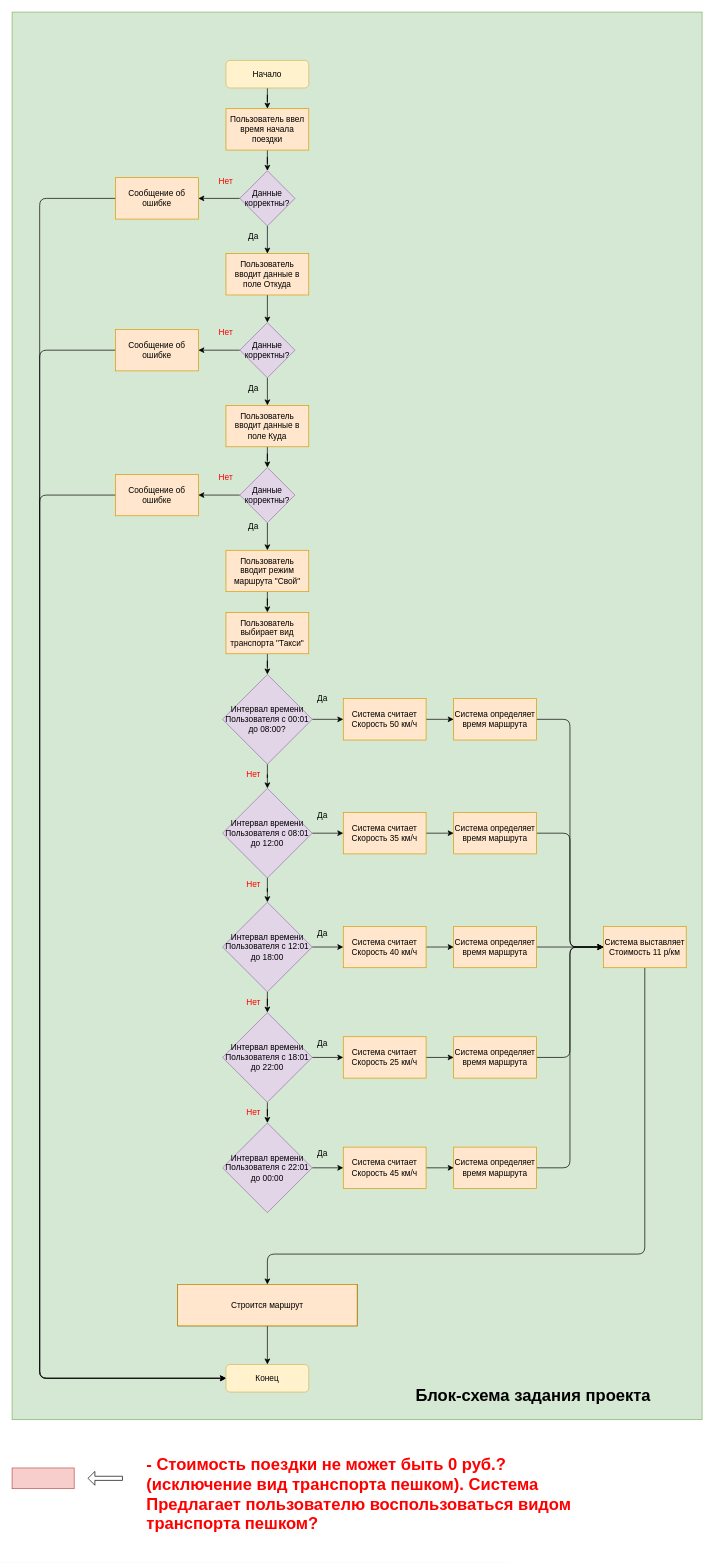
Earlier version of the draw.io diagram Копия ЯндексМаршруты блок-схема.drawio (ru1svasin/ru1svasin). Source tidied: cells renumbered, new cells numbered last; positions are measured from the earlier drawing's top-left corner, leaving out a move shared by most shapes. Both pictures are drawn from the tidied source at 69%, with x=0, y=0 at pixel (12, 12).
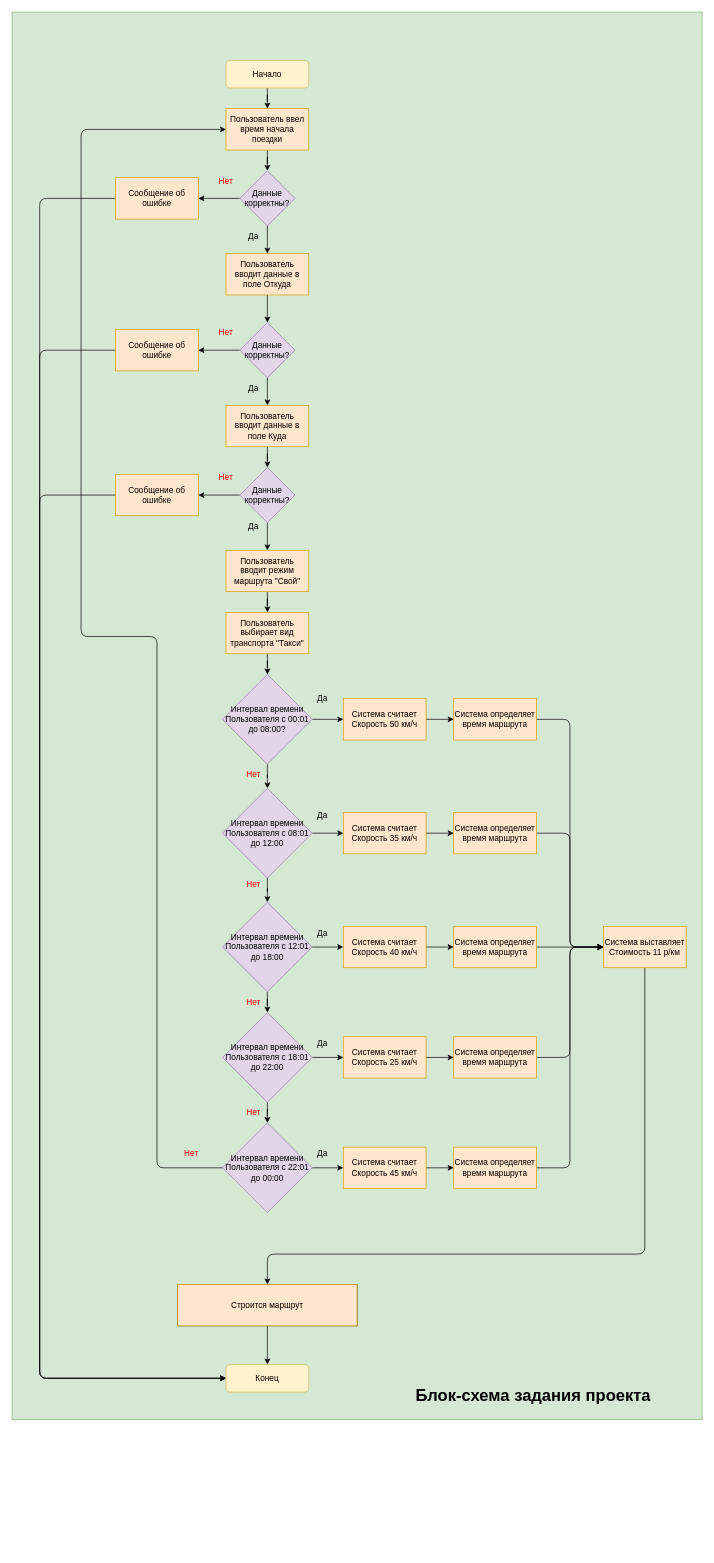
Above is the later version.

Unchanged cells that the change refers to:
```xml
<mxCell id="15" value="Пользователь ввел время начала поездки" style="whiteSpace=wrap;html=1;rounded=0;glass=0;strokeWidth=1;shadow=0;fillColor=#ffe6cc;strokeColor=#d79b00;" parent="1" vertex="1">
  <mxGeometry x="310" y="140" width="120" height="60" as="geometry" />
</mxCell>
<mxCell id="78" value="Интервал времени Пользователя с 22:01 до 00:00" style="rhombus;whiteSpace=wrap;html=1;rounded=0;glass=0;strokeWidth=1;shadow=0;fillColor=#e1d5e7;strokeColor=#9673a6;" parent="1" vertex="1">
  <mxGeometry x="305" y="1610" width="130" height="130" as="geometry" />
</mxCell>
```

Change to the diagram source:
```diff
@@
-    <mxCell id="60" style="rounded=0;whiteSpace=wrap;html=1;fillColor=#f8cecc;strokeColor=#b85450;" parent="1" vertex="1">
-      <mxGeometry y="2110" width="90" height="30" as="geometry" />
-    </mxCell>
-    <mxCell id="61" style="shape=singleArrow;direction=west;whiteSpace=wrap;html=1;" parent="1" vertex="1">
-      <mxGeometry x="110" y="2115" width="50" height="20" as="geometry" />
-    </mxCell>
-    <mxCell id="62" value="&lt;h1 style=&quot;font-size: 24px;&quot;&gt;&lt;br&gt;&lt;/h1&gt;&lt;div style=&quot;font-size: 24px;&quot;&gt;- Стоимость поездки не может быть 0 руб.? (исключение вид транспорта пешком). Система Предлагает пользователю воспользоваться видом транспорта пешком?&lt;/div&gt;&lt;div style=&quot;font-size: 24px;&quot;&gt;&lt;br style=&quot;font-size: 24px;&quot;&gt;&lt;/div&gt;" style="text;html=1;strokeColor=none;fillColor=none;spacing=5;spacingTop=-20;whiteSpace=wrap;overflow=hidden;rounded=0;fontSize=24;fontColor=#FF0000;fontStyle=1;" parent="1" vertex="1">
-      <mxGeometry x="190" y="2040" width="635" height="190" as="geometry" />
-    </mxCell>
@@
+    <mxCell id="89" style="edgeStyle=orthogonalEdgeStyle;rounded=1;jettySize=auto;html=1;entryX=0;entryY=0.5;entryDx=0;entryDy=0;" parent="1" edge="1" source="78" target="15">
+      <mxGeometry relative="1" as="geometry">
+        <Array as="points">
+          <mxPoint x="210" y="1675" />
+          <mxPoint x="210" y="905" />
+          <mxPoint x="100" y="905" />
+          <mxPoint x="100" y="170" />
+        </Array>
+      </mxGeometry>
+    </mxCell>
@@
+    <mxCell id="90" value="Нет" style="text;html=1;strokeColor=none;fillColor=none;align=center;verticalAlign=middle;whiteSpace=wrap;rounded=0;fontColor=#FF0000;" parent="1" vertex="1">
+      <mxGeometry x="230" y="1640" width="60" height="30" as="geometry" />
+    </mxCell>
```
